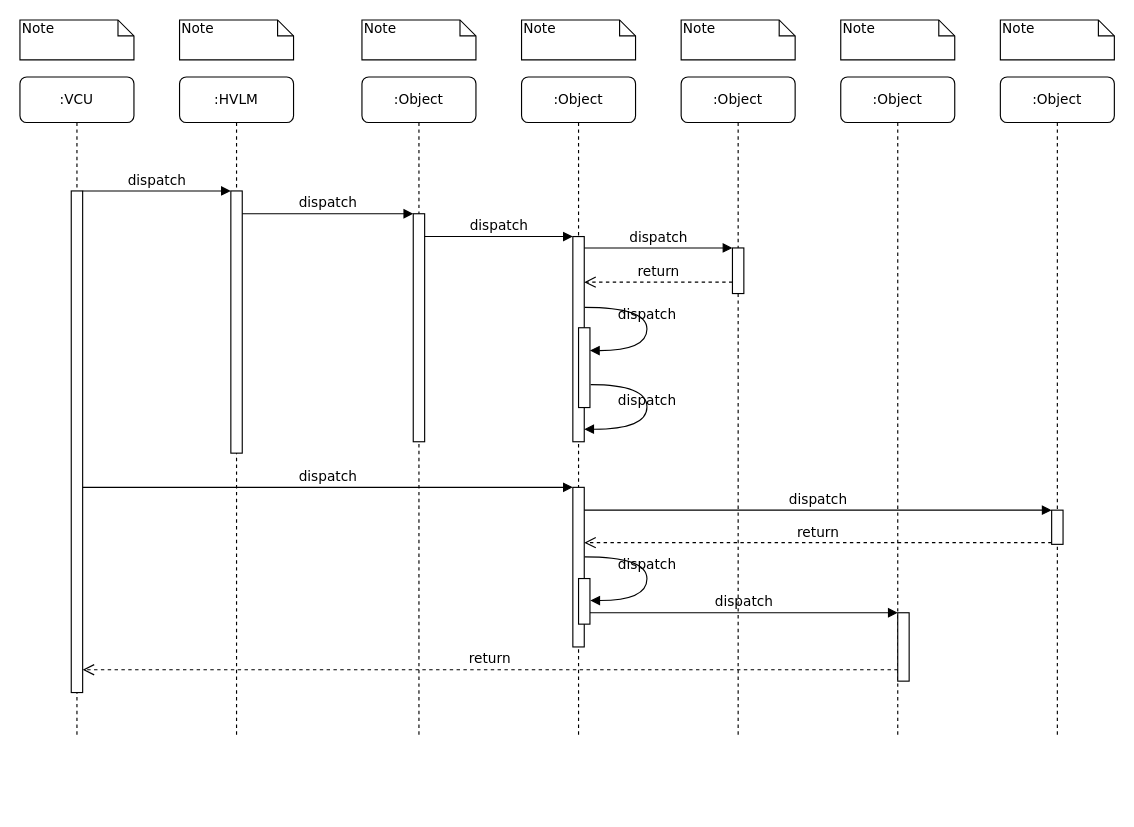
HikerPan/canwifi keeps this draw.io diagram as page "Page-1" (1 of 2) of HVIL.drawio. Above is the earlier version. Source tidied: cells renumbered, new cells numbered last; positions are measured from the earlier drawing's top-left corner, leaving out a move shared by most shapes. Both pictures are drawn from the tidied source at 114%, with x=0, y=0 at pixel (19, 19).
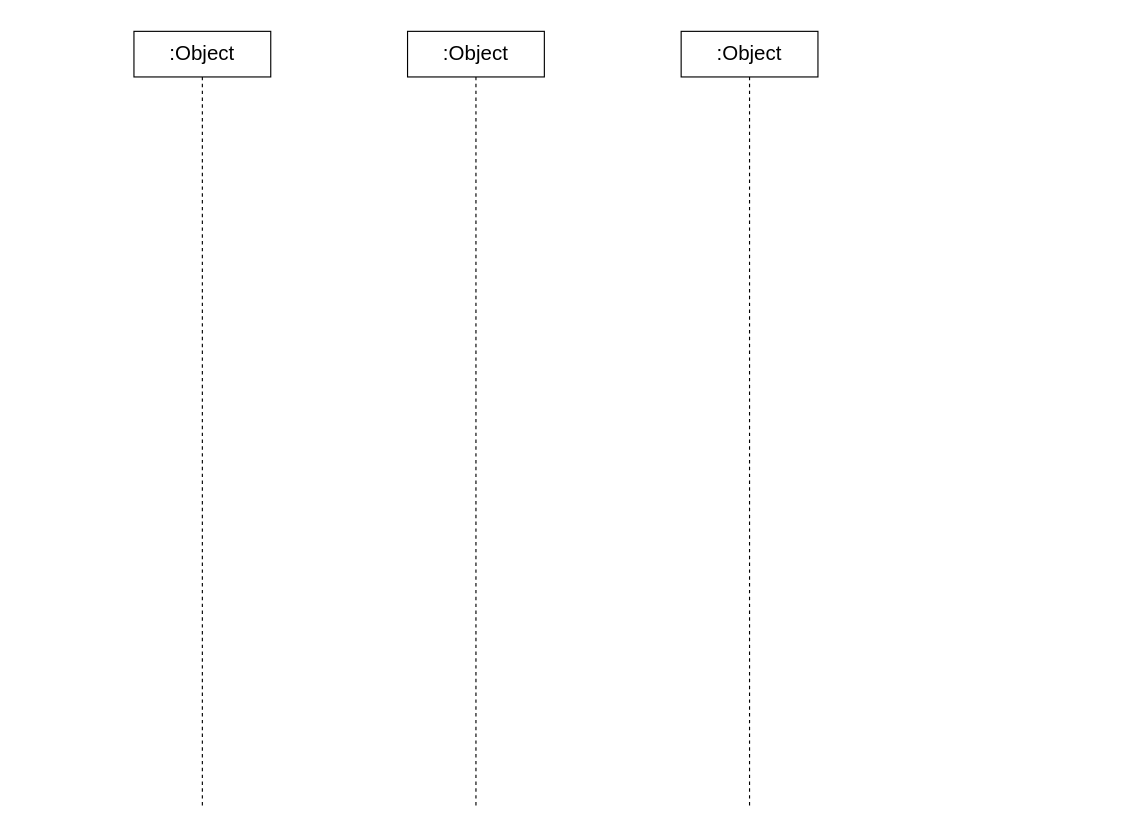
The same diagram, later.

The edit, as a diff of the source:
```diff
@@
-    <mxCell id="2" value=":HVLM" style="shape=umlLifeline;perimeter=lifelinePerimeter;whiteSpace=wrap;html=1;rounded=1;shadow=0;comic=0;labelBackgroundColor=none;strokeWidth=1;fontFamily=Verdana;fontSize=12;align=center;" parent="1" vertex="1">
-      <mxGeometry x="140" y="50" width="100" height="580" as="geometry" />
-    </mxCell>
-    <mxCell id="3" style="html=1;points=[];perimeter=orthogonalPerimeter;rounded=0;shadow=0;comic=0;labelBackgroundColor=none;strokeWidth=1;fontFamily=Verdana;fontSize=12;align=center;" parent="2" vertex="1">
-      <mxGeometry x="45" y="100" width="10" height="230" as="geometry" />
-    </mxCell>
-    <mxCell id="4" value=":Object" style="shape=umlLifeline;perimeter=lifelinePerimeter;whiteSpace=wrap;html=1;rounded=1;shadow=0;comic=0;labelBackgroundColor=none;strokeWidth=1;fontFamily=Verdana;fontSize=12;align=center;" parent="1" vertex="1">
-      <mxGeometry x="300" y="50" width="100" height="580" as="geometry" />
-    </mxCell>
-    <mxCell id="5" style="html=1;points=[];perimeter=orthogonalPerimeter;rounded=0;shadow=0;comic=0;labelBackgroundColor=none;strokeWidth=1;fontFamily=Verdana;fontSize=12;align=center;" parent="4" vertex="1">
-      <mxGeometry x="45" y="120" width="10" height="200" as="geometry" />
-    </mxCell>
-    <mxCell id="6" value=":Object" style="shape=umlLifeline;perimeter=lifelinePerimeter;whiteSpace=wrap;html=1;rounded=1;shadow=0;comic=0;labelBackgroundColor=none;strokeWidth=1;fontFamily=Verdana;fontSize=12;align=center;" parent="1" vertex="1">
-      <mxGeometry x="440" y="50" width="100" height="580" as="geometry" />
-    </mxCell>
-    <mxCell id="7" value=":Object" style="shape=umlLifeline;perimeter=lifelinePerimeter;whiteSpace=wrap;html=1;rounded=1;shadow=0;comic=0;labelBackgroundColor=none;strokeWidth=1;fontFamily=Verdana;fontSize=12;align=center;" parent="1" vertex="1">
-      <mxGeometry x="580" y="50" width="100" height="580" as="geometry" />
-    </mxCell>
-    <mxCell id="8" value=":Object" style="shape=umlLifeline;perimeter=lifelinePerimeter;whiteSpace=wrap;html=1;rounded=1;shadow=0;comic=0;labelBackgroundColor=none;strokeWidth=1;fontFamily=Verdana;fontSize=12;align=center;" parent="1" vertex="1">
-      <mxGeometry x="720" y="50" width="100" height="580" as="geometry" />
-    </mxCell>
-    <mxCell id="9" value=":Object" style="shape=umlLifeline;perimeter=lifelinePerimeter;whiteSpace=wrap;html=1;rounded=1;shadow=0;comic=0;labelBackgroundColor=none;strokeWidth=1;fontFamily=Verdana;fontSize=12;align=center;" parent="1" vertex="1">
-      <mxGeometry x="860" y="50" width="100" height="580" as="geometry" />
-    </mxCell>
-    <mxCell id="10" value=":VCU" style="shape=umlLifeline;perimeter=lifelinePerimeter;whiteSpace=wrap;html=1;rounded=1;shadow=0;comic=0;labelBackgroundColor=none;strokeWidth=1;fontFamily=Verdana;fontSize=12;align=center;" parent="1" vertex="1">
-      <mxGeometry y="50" width="100" height="580" as="geometry" />
-    </mxCell>
-    <mxCell id="11" style="html=1;points=[];perimeter=orthogonalPerimeter;rounded=0;shadow=0;comic=0;labelBackgroundColor=none;strokeWidth=1;fontFamily=Verdana;fontSize=12;align=center;" parent="10" vertex="1">
-      <mxGeometry x="45" y="100" width="10" height="440" as="geometry" />
-    </mxCell>
-    <mxCell id="12" style="html=1;points=[];perimeter=orthogonalPerimeter;rounded=0;shadow=0;comic=0;labelBackgroundColor=none;strokeWidth=1;fontFamily=Verdana;fontSize=12;align=center;" parent="1" vertex="1">
-      <mxGeometry x="485" y="190" width="10" height="180" as="geometry" />
-    </mxCell>
-    <mxCell id="13" value="dispatch" style="html=1;verticalAlign=bottom;endArrow=block;labelBackgroundColor=none;fontFamily=Verdana;fontSize=12;edgeStyle=elbowEdgeStyle;elbow=vertical;" parent="1" edge="1" source="5" target="12">
-      <mxGeometry relative="1" as="geometry">
-        <Array as="points">
-          <mxPoint x="360" y="190" />
-        </Array>
-      </mxGeometry>
-    </mxCell>
-    <mxCell id="14" style="html=1;points=[];perimeter=orthogonalPerimeter;rounded=0;shadow=0;comic=0;labelBackgroundColor=none;strokeWidth=1;fontFamily=Verdana;fontSize=12;align=center;" parent="1" vertex="1">
-      <mxGeometry x="625" y="200" width="10" height="40" as="geometry" />
-    </mxCell>
-    <mxCell id="15" value="dispatch" style="html=1;verticalAlign=bottom;endArrow=block;entryX=0;entryY=0;labelBackgroundColor=none;fontFamily=Verdana;fontSize=12;edgeStyle=elbowEdgeStyle;elbow=vertical;" parent="1" edge="1" source="12" target="14">
-      <mxGeometry relative="1" as="geometry" />
-    </mxCell>
-    <mxCell id="16" value="return" style="html=1;verticalAlign=bottom;endArrow=open;dashed=1;endSize=8;labelBackgroundColor=none;fontFamily=Verdana;fontSize=12;edgeStyle=elbowEdgeStyle;elbow=vertical;" parent="1" edge="1" source="14" target="12">
-      <mxGeometry relative="1" as="geometry">
-        <Array as="points">
-          <mxPoint x="570" y="230" />
-          <mxPoint x="600" y="230" />
-        </Array>
-      </mxGeometry>
-    </mxCell>
-    <mxCell id="17" style="html=1;points=[];perimeter=orthogonalPerimeter;rounded=0;shadow=0;comic=0;labelBackgroundColor=none;strokeWidth=1;fontFamily=Verdana;fontSize=12;align=center;" parent="1" vertex="1">
-      <mxGeometry x="485" y="410" width="10" height="140" as="geometry" />
-    </mxCell>
-    <mxCell id="18" value="dispatch" style="html=1;verticalAlign=bottom;endArrow=block;entryX=0;entryY=0;labelBackgroundColor=none;fontFamily=Verdana;fontSize=12;" parent="1" edge="1" source="11" target="17">
-      <mxGeometry relative="1" as="geometry" />
-    </mxCell>
-    <mxCell id="19" style="html=1;points=[];perimeter=orthogonalPerimeter;rounded=0;shadow=0;comic=0;labelBackgroundColor=none;strokeColor=#000000;strokeWidth=1;fillColor=#FFFFFF;fontFamily=Verdana;fontSize=12;fontColor=#000000;align=center;" parent="1" vertex="1">
-      <mxGeometry x="905" y="430" width="10" height="30" as="geometry" />
-    </mxCell>
-    <mxCell id="20" value="dispatch" style="html=1;verticalAlign=bottom;endArrow=block;entryX=0;entryY=0;labelBackgroundColor=none;fontFamily=Verdana;fontSize=12;" parent="1" edge="1" source="17" target="19">
-      <mxGeometry relative="1" as="geometry" />
-    </mxCell>
-    <mxCell id="21" value="return" style="html=1;verticalAlign=bottom;endArrow=open;dashed=1;endSize=8;exitX=0;exitY=0.95;labelBackgroundColor=none;fontFamily=Verdana;fontSize=12;" parent="1" edge="1" source="19" target="17">
-      <mxGeometry relative="1" as="geometry" />
-    </mxCell>
-    <mxCell id="22" style="html=1;points=[];perimeter=orthogonalPerimeter;rounded=0;shadow=0;comic=0;labelBackgroundColor=none;strokeWidth=1;fontFamily=Verdana;fontSize=12;align=center;" parent="1" vertex="1">
-      <mxGeometry x="770" y="520" width="10" height="60" as="geometry" />
-    </mxCell>
-    <mxCell id="23" value="dispatch" style="html=1;verticalAlign=bottom;endArrow=block;entryX=0;entryY=0;labelBackgroundColor=none;fontFamily=Verdana;fontSize=12;edgeStyle=elbowEdgeStyle;elbow=vertical;" parent="1" edge="1" source="30" target="22">
-      <mxGeometry relative="1" as="geometry" />
-    </mxCell>
-    <mxCell id="24" value="return" style="html=1;verticalAlign=bottom;endArrow=open;dashed=1;endSize=8;labelBackgroundColor=none;fontFamily=Verdana;fontSize=12;edgeStyle=elbowEdgeStyle;elbow=vertical;" parent="1" edge="1" source="22" target="11">
-      <mxGeometry relative="1" as="geometry">
-        <Array as="points">
-          <mxPoint x="470" y="570" />
-        </Array>
-      </mxGeometry>
-    </mxCell>
-    <mxCell id="25" value="dispatch" style="html=1;verticalAlign=bottom;endArrow=block;entryX=0;entryY=0;labelBackgroundColor=none;fontFamily=Verdana;fontSize=12;edgeStyle=elbowEdgeStyle;elbow=vertical;" parent="1" edge="1" source="11" target="3">
-      <mxGeometry relative="1" as="geometry" />
-    </mxCell>
-    <mxCell id="26" value="dispatch" style="html=1;verticalAlign=bottom;endArrow=block;entryX=0;entryY=0;labelBackgroundColor=none;fontFamily=Verdana;fontSize=12;edgeStyle=elbowEdgeStyle;elbow=vertical;" parent="1" edge="1" source="3" target="5">
-      <mxGeometry relative="1" as="geometry" />
-    </mxCell>
-    <mxCell id="27" style="html=1;points=[];perimeter=orthogonalPerimeter;rounded=0;shadow=0;comic=0;labelBackgroundColor=none;strokeWidth=1;fontFamily=Verdana;fontSize=12;align=center;" parent="1" vertex="1">
-      <mxGeometry x="490" y="270" width="10" height="70" as="geometry" />
-    </mxCell>
-    <mxCell id="28" value="dispatch" style="html=1;verticalAlign=bottom;endArrow=block;labelBackgroundColor=none;fontFamily=Verdana;fontSize=12;elbow=vertical;edgeStyle=orthogonalEdgeStyle;curved=1;entryX=1;entryY=0.286;entryPerimeter=0;exitX=1.038;exitY=0.345;exitPerimeter=0;" parent="1" edge="1" source="12" target="27">
-      <mxGeometry relative="1" as="geometry">
-        <Array as="points">
-          <mxPoint x="550" y="252" />
-          <mxPoint x="550" y="290" />
-        </Array>
-      </mxGeometry>
-    </mxCell>
-    <mxCell id="29" value="dispatch" style="html=1;verticalAlign=bottom;endArrow=block;labelBackgroundColor=none;fontFamily=Verdana;fontSize=12;elbow=vertical;edgeStyle=orthogonalEdgeStyle;curved=1;exitX=1.066;exitY=0.713;exitPerimeter=0;" parent="1" edge="1" source="27">
-      <mxGeometry relative="1" as="geometry">
-        <mxPoint x="495" y="359" as="targetPoint" />
-        <Array as="points">
-          <mxPoint x="550" y="320" />
-          <mxPoint x="550" y="359" />
-        </Array>
-      </mxGeometry>
-    </mxCell>
-    <mxCell id="30" style="html=1;points=[];perimeter=orthogonalPerimeter;rounded=0;shadow=0;comic=0;labelBackgroundColor=none;strokeWidth=1;fontFamily=Verdana;fontSize=12;align=center;" parent="1" vertex="1">
-      <mxGeometry x="490" y="490" width="10" height="40" as="geometry" />
-    </mxCell>
-    <mxCell id="31" value="dispatch" style="html=1;verticalAlign=bottom;endArrow=block;labelBackgroundColor=none;fontFamily=Verdana;fontSize=12;elbow=vertical;edgeStyle=orthogonalEdgeStyle;curved=1;entryX=1;entryY=0.286;entryPerimeter=0;exitX=1.038;exitY=0.345;exitPerimeter=0;" parent="1" edge="1">
-      <mxGeometry relative="1" as="geometry">
-        <mxPoint x="495.3" y="471" as="sourcePoint" />
-        <mxPoint x="500.3" y="509.3" as="targetPoint" />
-        <Array as="points">
-          <mxPoint x="550" y="471" />
-          <mxPoint x="550" y="509" />
-        </Array>
-      </mxGeometry>
-    </mxCell>
-    <mxCell id="32" value="Note" style="shape=note;whiteSpace=wrap;html=1;size=14;verticalAlign=top;align=left;spacingTop=-6;rounded=0;shadow=0;comic=0;labelBackgroundColor=none;strokeWidth=1;fontFamily=Verdana;fontSize=12;" parent="1" vertex="1">
-      <mxGeometry width="100" height="35" as="geometry" />
-    </mxCell>
-    <mxCell id="33" value="Note" style="shape=note;whiteSpace=wrap;html=1;size=14;verticalAlign=top;align=left;spacingTop=-6;rounded=0;shadow=0;comic=0;labelBackgroundColor=none;strokeWidth=1;fontFamily=Verdana;fontSize=12;" parent="1" vertex="1">
-      <mxGeometry x="140" width="100" height="35" as="geometry" />
-    </mxCell>
-    <mxCell id="34" value="Note" style="shape=note;whiteSpace=wrap;html=1;size=14;verticalAlign=top;align=left;spacingTop=-6;rounded=0;shadow=0;comic=0;labelBackgroundColor=none;strokeWidth=1;fontFamily=Verdana;fontSize=12;" parent="1" vertex="1">
-      <mxGeometry x="300" width="100" height="35" as="geometry" />
-    </mxCell>
-    <mxCell id="35" value="Note" style="shape=note;whiteSpace=wrap;html=1;size=14;verticalAlign=top;align=left;spacingTop=-6;rounded=0;shadow=0;comic=0;labelBackgroundColor=none;strokeWidth=1;fontFamily=Verdana;fontSize=12;" parent="1" vertex="1">
-      <mxGeometry x="440" width="100" height="35" as="geometry" />
-    </mxCell>
-    <mxCell id="36" value="Note" style="shape=note;whiteSpace=wrap;html=1;size=14;verticalAlign=top;align=left;spacingTop=-6;rounded=0;shadow=0;comic=0;labelBackgroundColor=none;strokeWidth=1;fontFamily=Verdana;fontSize=12;" parent="1" vertex="1">
-      <mxGeometry x="580" width="100" height="35" as="geometry" />
-    </mxCell>
-    <mxCell id="37" value="Note" style="shape=note;whiteSpace=wrap;html=1;size=14;verticalAlign=top;align=left;spacingTop=-6;rounded=0;shadow=0;comic=0;labelBackgroundColor=none;strokeWidth=1;fontFamily=Verdana;fontSize=12;" parent="1" vertex="1">
-      <mxGeometry x="720" width="100" height="35" as="geometry" />
-    </mxCell>
-    <mxCell id="38" value="Note" style="shape=note;whiteSpace=wrap;html=1;size=14;verticalAlign=top;align=left;spacingTop=-6;rounded=0;shadow=0;comic=0;labelBackgroundColor=none;strokeWidth=1;fontFamily=Verdana;fontSize=12;" parent="1" vertex="1">
-      <mxGeometry x="860" width="100" height="35" as="geometry" />
-    </mxCell>
+    <mxCell id="39" value=":Object" style="shape=umlLifeline;perimeter=lifelinePerimeter;whiteSpace=wrap;html=1;fontSize=18;" parent="1" vertex="1">
+      <mxGeometry x="100" y="10" width="120" height="680" as="geometry" />
+    </mxCell>
+    <mxCell id="40" value=":Object" style="shape=umlLifeline;perimeter=lifelinePerimeter;whiteSpace=wrap;html=1;fontSize=18;" parent="1" vertex="1">
+      <mxGeometry x="340" y="10" width="120" height="680" as="geometry" />
+    </mxCell>
+    <mxCell id="41" value=":Object" style="shape=umlLifeline;perimeter=lifelinePerimeter;whiteSpace=wrap;html=1;fontSize=18;" parent="1" vertex="1">
+      <mxGeometry x="580" y="10" width="120" height="680" as="geometry" />
+    </mxCell>
```
